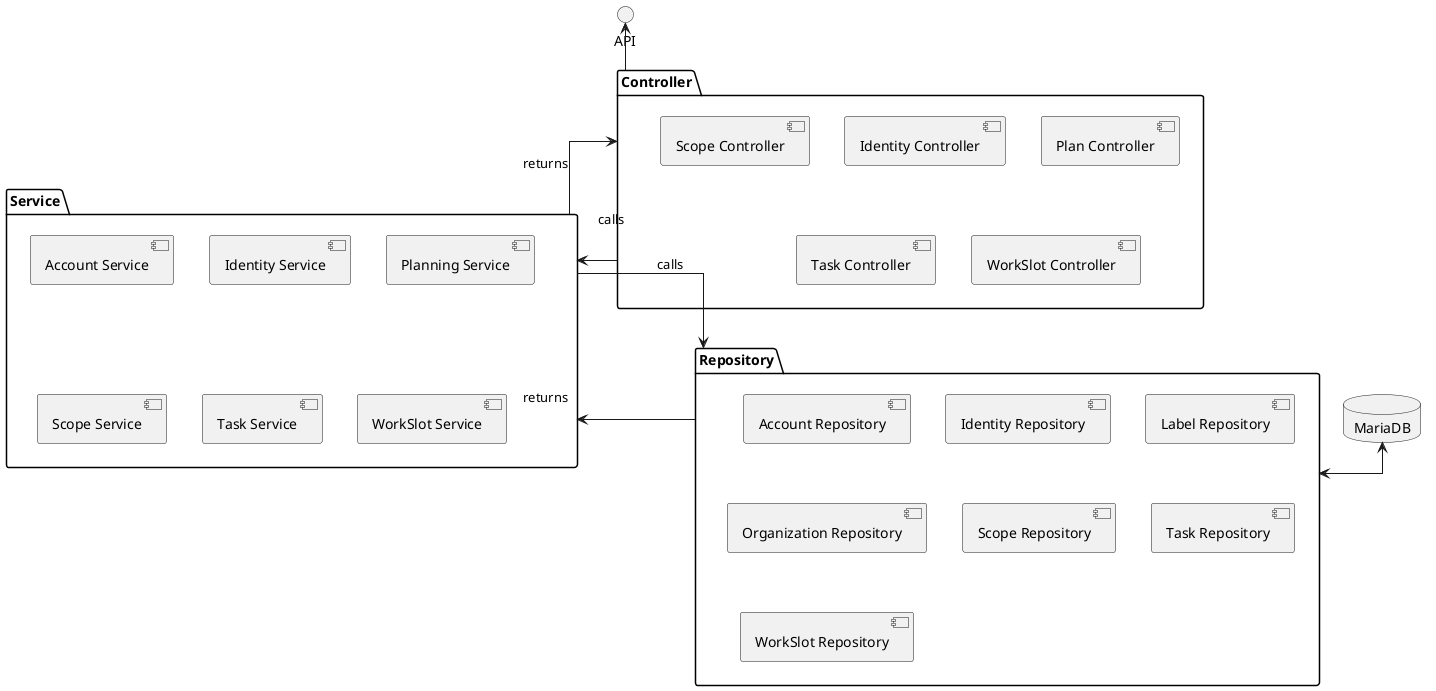
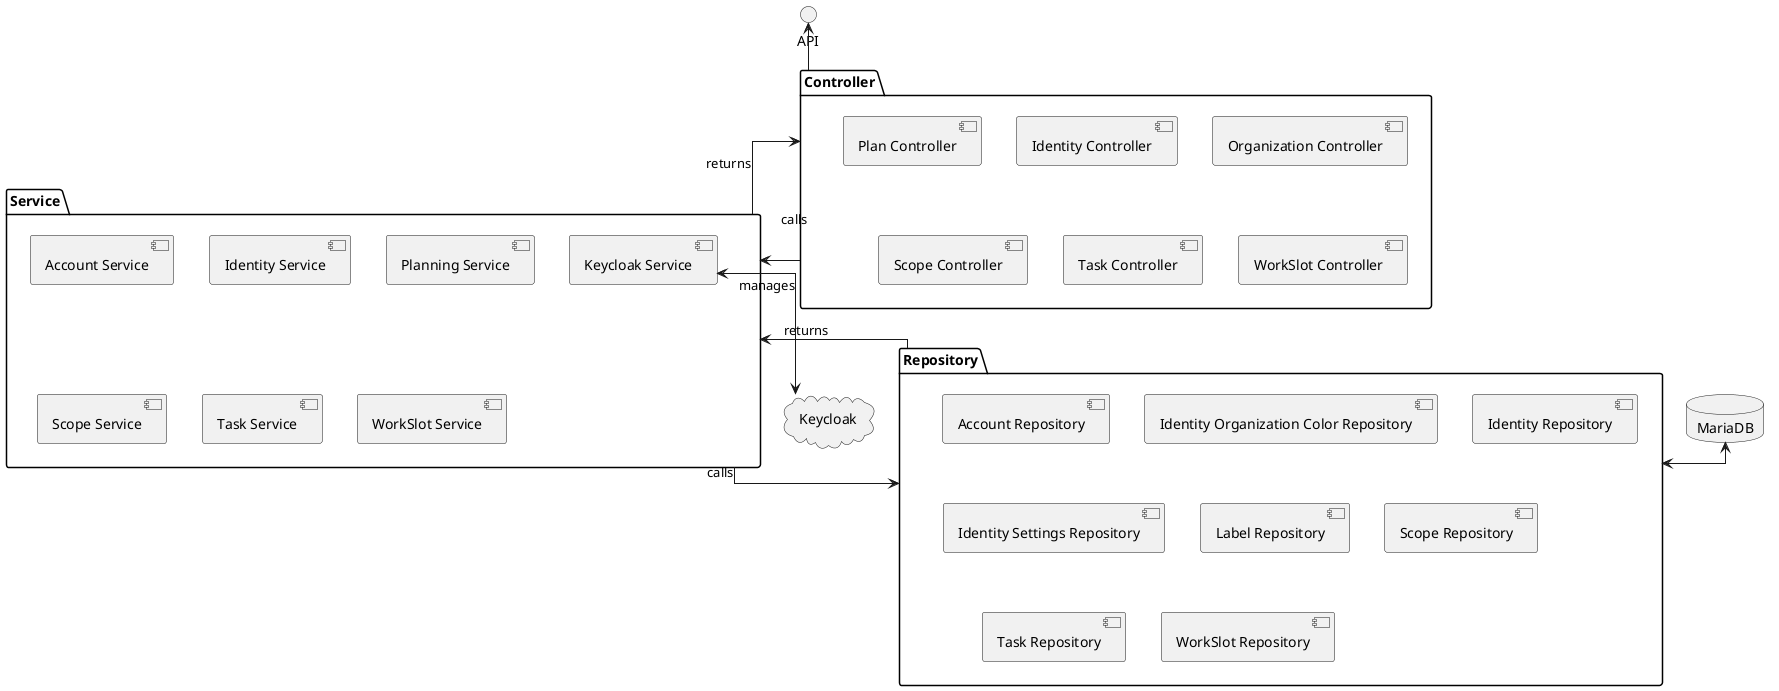
@startuml
top to bottom direction
skinparam linetype ortho

interface API

package Controller {
    [Identity Controller]
+     [Organization Controller]
    [Plan Controller]
    [Scope Controller]
    [Task Controller]
    [WorkSlot Controller]
}

package Service {
    [Account Service]
    [Identity Service]
+     [Keycloak Service]
    [Planning Service]
    [Scope Service]
    [Task Service]
    [WorkSlot Service]
}

package Repository {
    [Account Repository]
+     [Identity Organization Color Repository]
    [Identity Repository]
+     [Identity Settings Repository]
    [Label Repository]
-     [Organization Repository]
    [Scope Repository]
    [Task Repository]
    [WorkSlot Repository]
}

database MariaDB {

}

+ cloud Keycloak {
+ }
+ 
Controller --> Service : calls
Service --> Repository : calls
Repository --> Service : returns
Service --> Controller : returns

Repository <-> MariaDB
+ [Keycloak Service] <--> Keycloak : manages

API <-- Controller

@enduml
